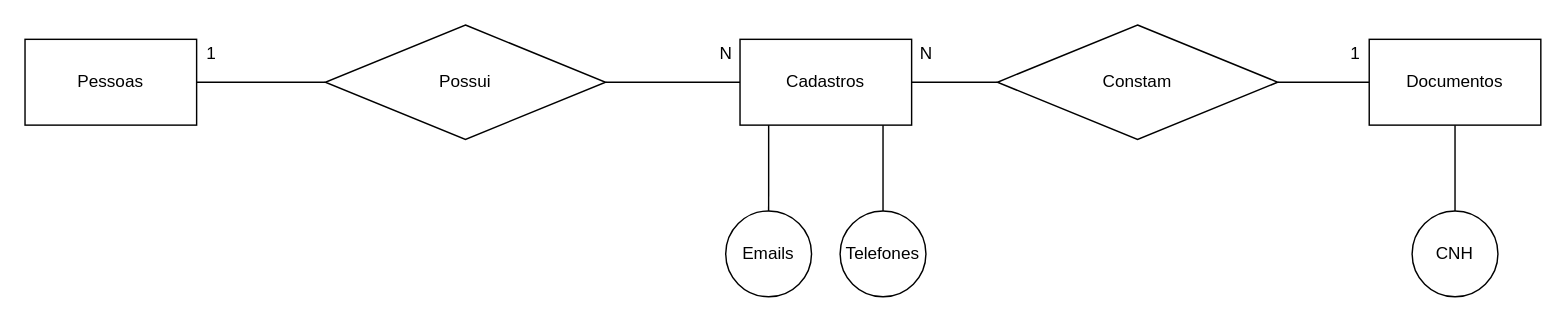
Above: page "Conceitual" (1 of 2) of 2021-1S-2D/sprint-1-bd/exercicios/1.1-exercicio-pessoas/1.1-exercicio-pessoas.drawio in sjvinicius/_SENAI_2S_DevSys_Atividades_DB (draw.io), before the change. Source tidied: cells renumbered, new cells numbered last; positions are measured from the earlier drawing's top-left corner, leaving out a move shared by most shapes. Both pictures are drawn from the tidied source at 143%, with x=0, y=0 at pixel (24, 24).
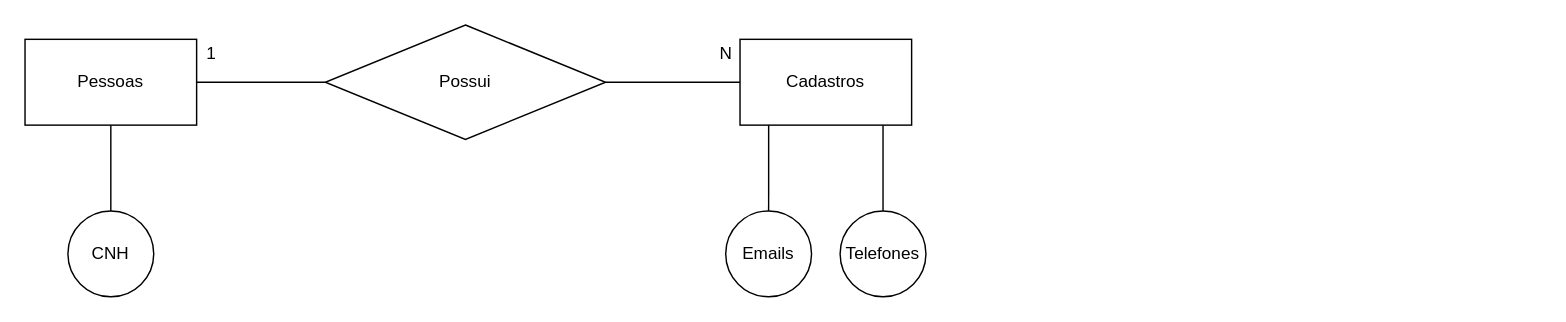
Above is the later version.

Unchanged cells that the change refers to:
```xml
<mxCell id="8" value="Cadastros" style="rounded=0;whiteSpace=wrap;html=1;" parent="1" vertex="1">
  <mxGeometry x="500" y="10" width="120" height="60" as="geometry" />
</mxCell>
```

What changed in the source:
```diff
@@
-    <mxCell id="7" style="edgeStyle=none;rounded=0;jettySize=auto;html=1;exitX=1;exitY=0.5;exitDx=0;exitDy=0;endArrow=none;endFill=0;" parent="1" edge="1" source="8" target="17">
-      <mxGeometry relative="1" as="geometry" />
-    </mxCell>
@@
-    <mxCell id="14" style="edgeStyle=none;rounded=0;jettySize=auto;html=1;endArrow=none;endFill=0;" parent="1" edge="1" source="17" target="16">
-      <mxGeometry relative="1" as="geometry" />
-    </mxCell>
-    <mxCell id="15" style="edgeStyle=none;rounded=0;jettySize=auto;html=1;exitX=0.5;exitY=1;exitDx=0;exitDy=0;endArrow=none;endFill=0;" parent="1" edge="1" source="16" target="20">
-      <mxGeometry relative="1" as="geometry" />
-    </mxCell>
-    <mxCell id="16" value="Documentos" style="whiteSpace=wrap;html=1;rounded=0;" parent="1" vertex="1">
-      <mxGeometry x="940" y="10" width="120" height="60" as="geometry" />
-    </mxCell>
-    <mxCell id="17" value="Constam" style="rhombus;whiteSpace=wrap;html=1;" parent="1" vertex="1">
-      <mxGeometry x="680" width="196" height="80" as="geometry" />
-    </mxCell>
-    <mxCell id="18" value="N" style="text;html=1;align=center;verticalAlign=middle;" parent="1" vertex="1">
-      <mxGeometry x="620" y="10" width="20" height="20" as="geometry" />
-    </mxCell>
-    <mxCell id="19" value="1" style="text;html=1;align=center;verticalAlign=middle;" parent="1" vertex="1">
-      <mxGeometry x="920" y="10" width="20" height="20" as="geometry" />
-    </mxCell>
+    <mxCell id="21" style="rounded=0;jettySize=auto;html=1;exitX=0.167;exitY=1;exitDx=0;exitDy=0;entryX=0.5;entryY=0;entryDx=0;entryDy=0;endArrow=none;endFill=0;exitPerimeter=0;" parent="1" edge="1" target="20">
+      <mxGeometry relative="1" as="geometry">
+        <mxPoint x="60" y="70" as="sourcePoint" />
+      </mxGeometry>
+    </mxCell>
     <mxCell id="20" value="CNH" style="ellipse;whiteSpace=wrap;html=1;" parent="1" vertex="1">
-      <mxGeometry x="970" y="130" width="60" height="60" as="geometry" />
+      <mxGeometry x="30" y="130" width="60" height="60" as="geometry" />
     </mxCell>
```
